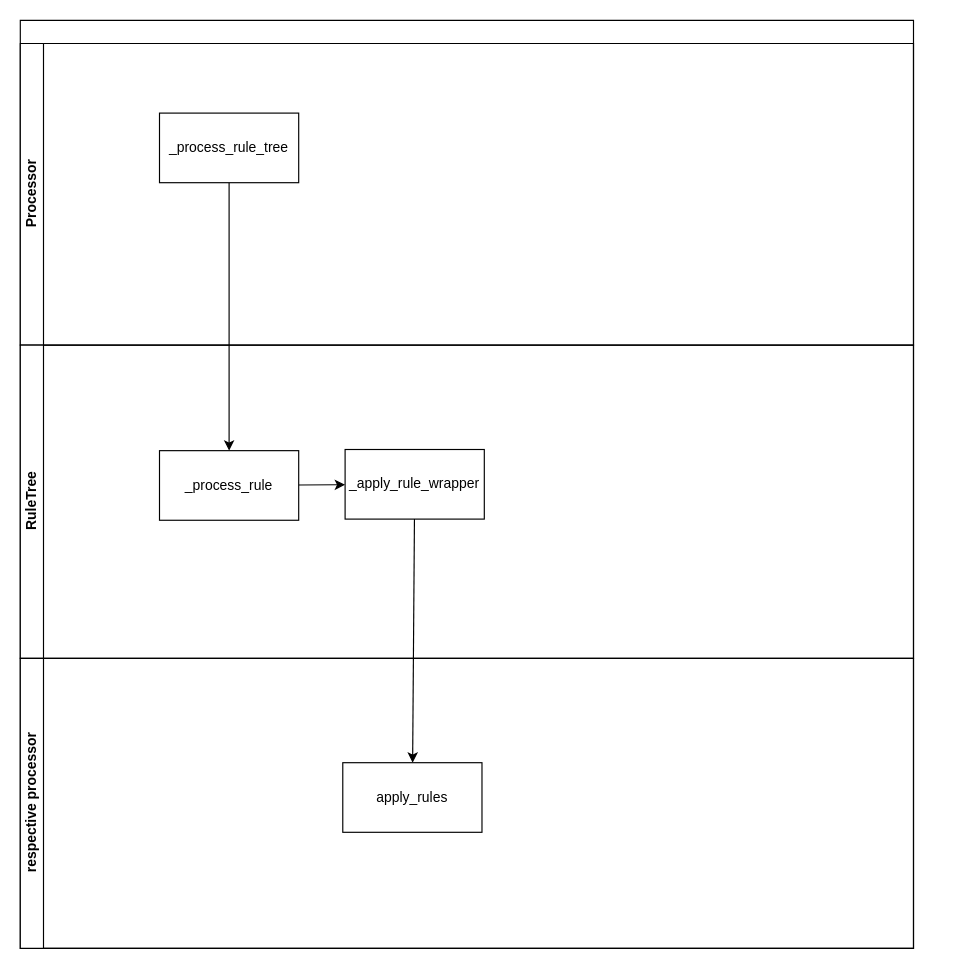
This is page "process" (1 of 6) of doc/source/development/architecture/diagramms/process.drawio from fkie-cad/Logprep, a draw.io file, before an edit. Source tidied: cells renumbered, new cells numbered last; positions are measured from the earlier drawing's top-left corner, leaving out a move shared by most shapes. Both pictures are drawn from the tidied source at 116%, with x=0, y=0 at pixel (20, 20).
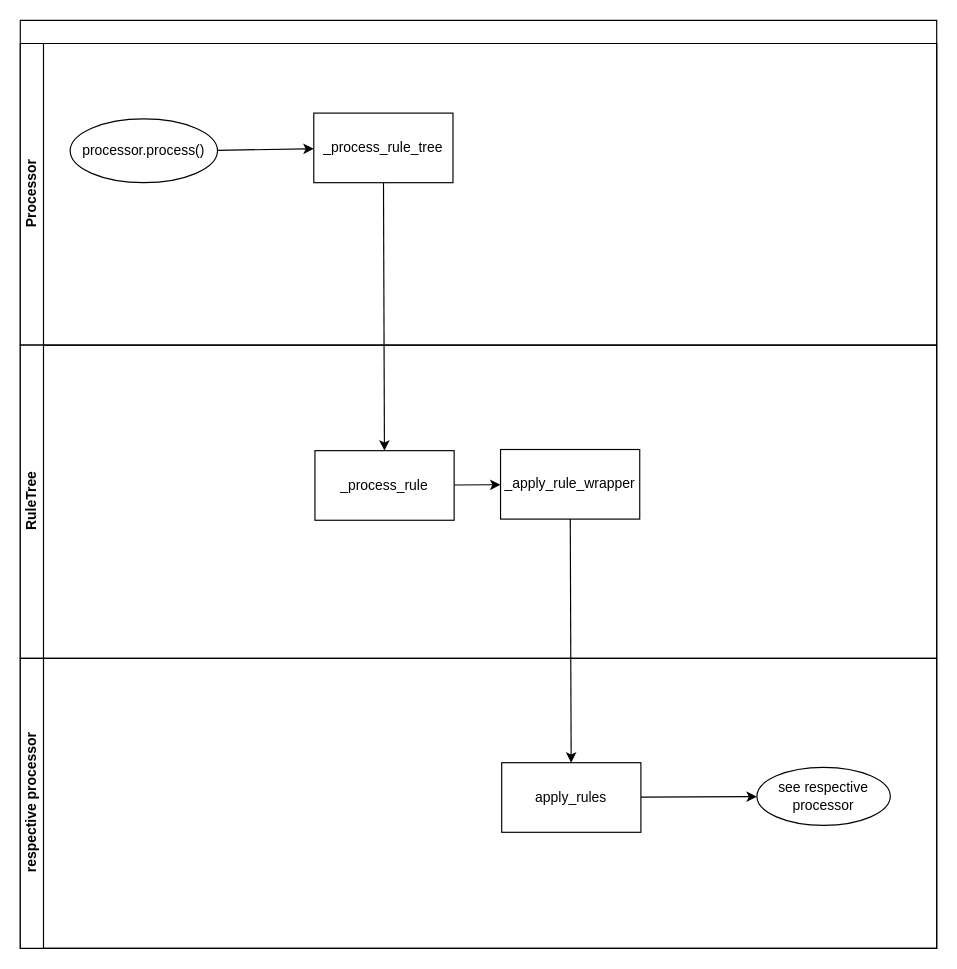
The same diagram, later.

What changed in the source:
```diff
@@
 <mxGraphModel>
   <root>
     <mxCell id="0" />
     <mxCell id="1" parent="0" />
     <mxCell id="2" style="swimlane;horizontal=1;startSize=20;html=1;" parent="1" vertex="1">
-      <mxGeometry width="770" height="800" as="geometry" />
+      <mxGeometry width="790" height="800" as="geometry" />
     </mxCell>
     <mxCell id="3" value="Processor&lt;br&gt;" style="swimlane;startSize=20;horizontal=0;html=1;" parent="2" vertex="1">
-      <mxGeometry y="20" width="770" height="260" as="geometry" />
+      <mxGeometry y="20" width="790" height="260" as="geometry" />
     </mxCell>
     <mxCell id="4" style="edgeStyle=none;html=1;" parent="3" edge="1" source="5" target="8">
       <mxGeometry relative="1" as="geometry" />
     </mxCell>
     <mxCell id="5" value="_process_rule_tree" style="rounded=0;whiteSpace=wrap;html=1;" parent="3" vertex="1">
-      <mxGeometry x="120" y="60" width="120" height="60" as="geometry" />
+      <mxGeometry x="253" y="60" width="120" height="60" as="geometry" />
     </mxCell>
     <mxCell id="6" value="_apply_rule_wrapper" style="whiteSpace=wrap;html=1;rounded=0;" parent="3" vertex="1">
-      <mxGeometry x="280" y="350" width="120" height="60" as="geometry" />
+      <mxGeometry x="414" y="350" width="120" height="60" as="geometry" />
     </mxCell>
     <mxCell id="7" style="edgeStyle=none;html=1;" parent="3" edge="1" source="8" target="6">
       <mxGeometry relative="1" as="geometry" />
     </mxCell>
     <mxCell id="8" value="_process_rule" style="whiteSpace=wrap;html=1;rounded=0;" parent="3" vertex="1">
-      <mxGeometry x="120" y="351" width="120" height="60" as="geometry" />
+      <mxGeometry x="254" y="351" width="120" height="60" as="geometry" />
     </mxCell>
     <mxCell id="9" value="RuleTree" style="swimlane;startSize=20;horizontal=0;html=1;" parent="2" vertex="1">
-      <mxGeometry y="280" width="770" height="270" as="geometry" />
+      <mxGeometry y="280" width="790" height="270" as="geometry" />
     </mxCell>
     <mxCell id="10" style="edgeStyle=none;html=1;" parent="2" edge="1" source="6" target="12">
       <mxGeometry relative="1" as="geometry" />
     </mxCell>
     <mxCell id="11" value="respective processor" style="swimlane;startSize=20;horizontal=0;html=1;" parent="2" vertex="1">
-      <mxGeometry y="550" width="770" height="250" as="geometry" />
+      <mxGeometry y="550" width="790" height="250" as="geometry" />
     </mxCell>
+    <mxCell id="13" style="edgeStyle=none;html=1;" parent="11" edge="1" source="12" target="14">
+      <mxGeometry relative="1" as="geometry" />
+    </mxCell>
     <mxCell id="12" value="apply_rules" style="whiteSpace=wrap;html=1;rounded=0;" parent="11" vertex="1">
-      <mxGeometry x="278" y="90" width="120" height="60" as="geometry" />
+      <mxGeometry x="415" y="90" width="120" height="60" as="geometry" />
     </mxCell>
+    <mxCell id="14" value="see respective processor" style="ellipse;whiteSpace=wrap;html=1;rounded=0;" parent="11" vertex="1">
+      <mxGeometry x="635" y="94" width="115" height="50" as="geometry" />
+    </mxCell>
+    <mxCell id="15" style="edgeStyle=none;html=1;" parent="1" edge="1" source="16" target="5">
+      <mxGeometry relative="1" as="geometry" />
+    </mxCell>
+    <mxCell id="16" value="processor.process()" style="ellipse;whiteSpace=wrap;html=1;" parent="1" vertex="1">
+      <mxGeometry x="43" y="85" width="127" height="55" as="geometry" />
+    </mxCell>
   </root>
 </mxGraphModel>
```
